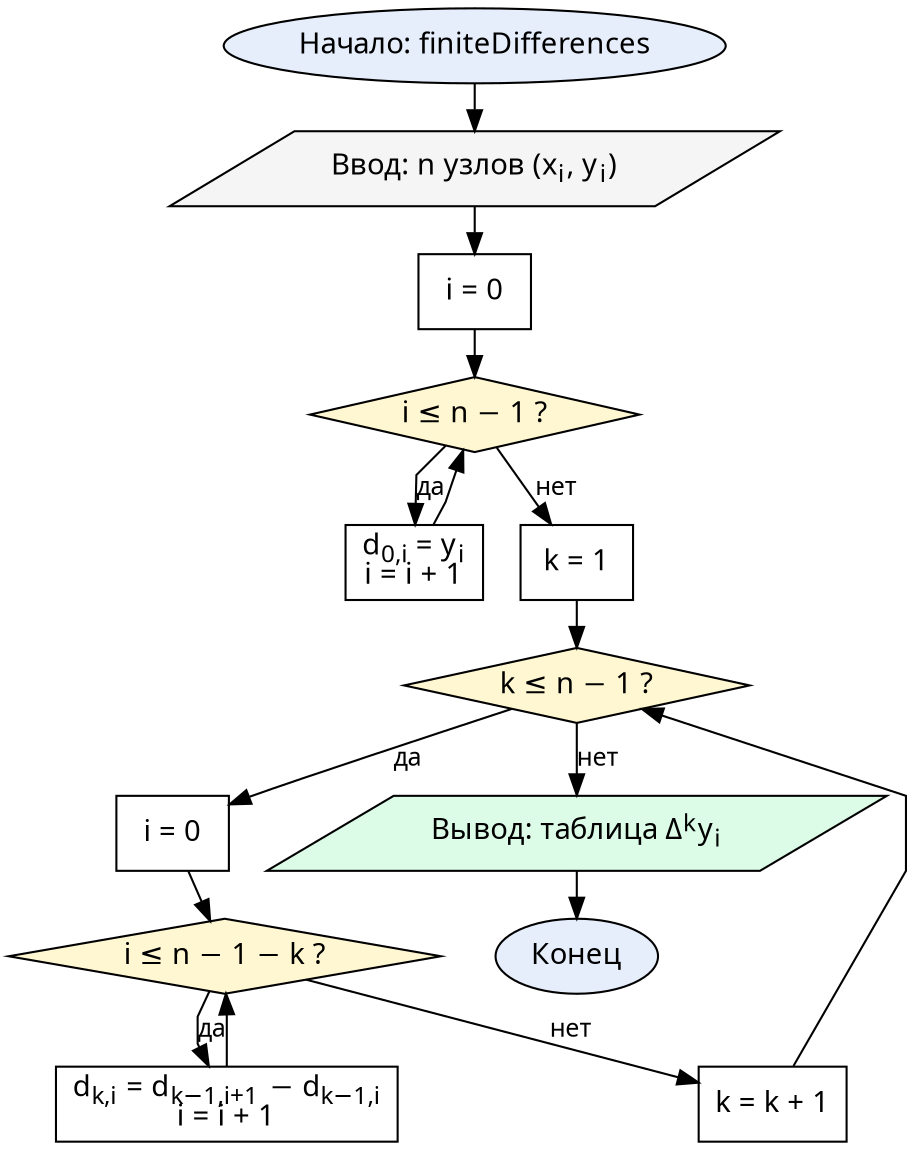
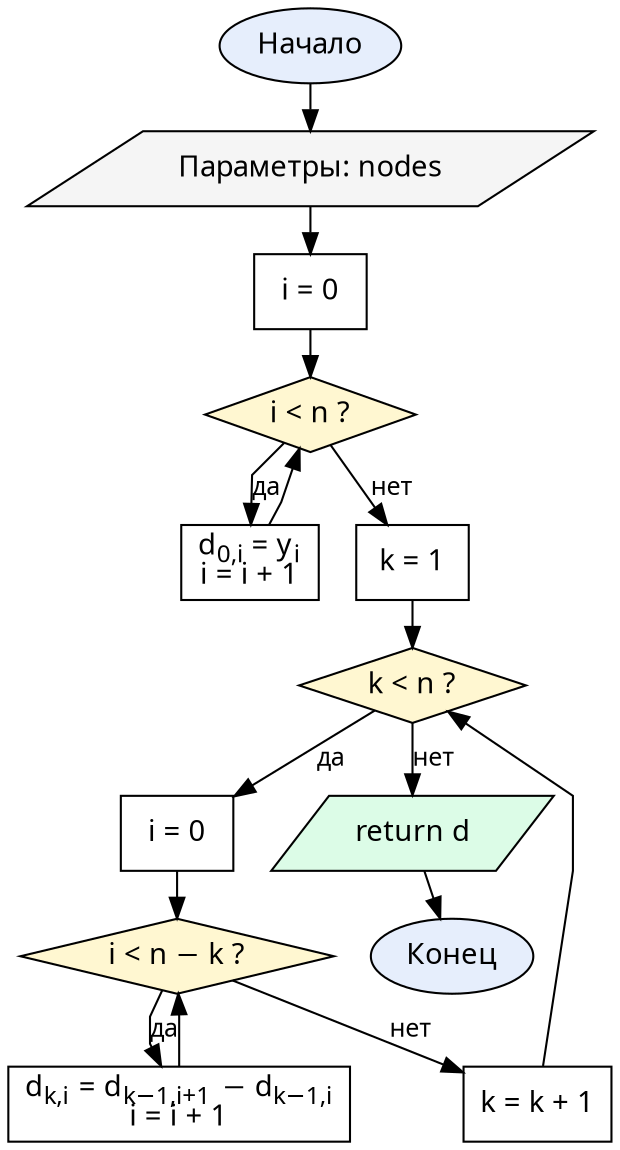
digraph Lab5DiffTable {
  graph [fontname="CMU Serif", rankdir=TB, nodesep=0.25, ranksep=0.3, splines=polyline]
  node  [fontname="CMU Serif", fontsize=14, style="filled", fillcolor="#ffffff", color="#000000"]
  edge  [fontname="CMU Serif", fontsize=12, color="#000000"]

-   start  [label="Начало: finiteDifferences", shape=oval, fillcolor="#e6eefc"]
-   input  [label=<Ввод: n узлов (x<SUB>i</SUB>, y<SUB>i</SUB>)>, shape=parallelogram, fillcolor="#f5f5f5"]
+   start  [label="Начало", shape=oval, fillcolor="#e6eefc"]
+   input  [label=<Параметры: nodes>, shape=parallelogram, fillcolor="#f5f5f5"]
  ci     [label=<i = 0>, shape=box]
-   chkc   [label=<i ≤ n − 1 ?>, shape=diamond, fillcolor="#fff7d1"]
+   chkc   [label=<i &lt; n ?>, shape=diamond, fillcolor="#fff7d1"]
  bodyc  [label=<d<SUB>0,i</SUB> = y<SUB>i</SUB><BR/>i = i + 1>, shape=box]
  setk   [label=<k = 1>, shape=box]
-   chkk   [label=<k ≤ n − 1 ?>, shape=diamond, fillcolor="#fff7d1"]
+   chkk   [label=<k &lt; n ?>, shape=diamond, fillcolor="#fff7d1"]
  seti   [label=<i = 0>, shape=box]
-   chki   [label=<i ≤ n − 1 − k ?>, shape=diamond, fillcolor="#fff7d1"]
+   chki   [label=<i &lt; n − k ?>, shape=diamond, fillcolor="#fff7d1"]
  bodyi  [label=<d<SUB>k,i</SUB> = d<SUB>k−1,i+1</SUB> − d<SUB>k−1,i</SUB><BR/>i = i + 1>, shape=box]
  nextk  [label=<k = k + 1>, shape=box]
-   output [label=<Вывод: таблица Δ<SUP>k</SUP>y<SUB>i</SUB>>, shape=parallelogram, fillcolor="#dcfce7"]
+   output [label=<return d>, shape=parallelogram, fillcolor="#dcfce7"]
  stop   [label="Конец", shape=oval, fillcolor="#e6eefc"]

  start -> input -> ci -> chkc
  chkc -> bodyc [label="да"]
  bodyc -> chkc
  chkc -> setk [label="нет"]
  setk -> chkk
  chkk -> seti [label="да"]
  seti -> chki
  chki -> bodyi [label="да"]
  bodyi -> chki
  chki -> nextk [label="нет"]
  nextk -> chkk
  chkk -> output [label="нет"]
  output -> stop
}
